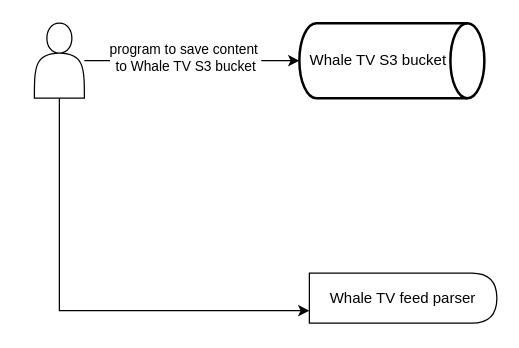
Before: update/content transfer.drawio in stevezhouht/baiduCDP, a draw.io diagram. Source tidied: cells renumbered, new cells numbered last; positions are measured from the earlier drawing's top-left corner, leaving out a move shared by most shapes. Both pictures are drawn from the tidied source at 125%, with x=0, y=0 at pixel (34, 22).
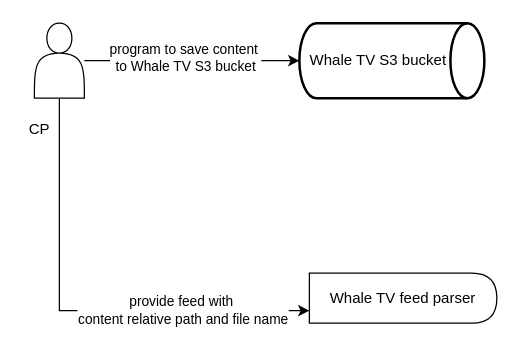
The same page after the edit.

Diff of the diagram source:
```diff
@@
 <mxGraphModel>
   <root>
     <mxCell id="0" />
     <mxCell id="1" parent="0" />
     <mxCell id="2" style="edgeStyle=orthogonalEdgeStyle;rounded=0;jettySize=auto;html=1;" parent="1" edge="1" source="5" target="6">
       <mxGeometry relative="1" as="geometry" />
     </mxCell>
     <mxCell id="3" value="program to save content&amp;nbsp;&lt;div&gt;to Whale TV S3 bucket&lt;/div&gt;" style="edgeLabel;html=1;align=center;verticalAlign=middle;" parent="2" vertex="1">
       <mxGeometry x="-0.07" relative="1" as="geometry">
         <mxPoint y="-3" as="offset" />
       </mxGeometry>
     </mxCell>
     <mxCell id="4" style="edgeStyle=orthogonalEdgeStyle;rounded=0;jettySize=auto;html=1;entryX=0;entryY=0.75;entryDx=0;entryDy=0;" parent="1" edge="1" source="5" target="7">
       <mxGeometry relative="1" as="geometry">
         <Array as="points">
           <mxPoint x="20" y="230" />
         </Array>
       </mxGeometry>
     </mxCell>
+    <mxCell id="8" value="provide feed with&amp;nbsp;&lt;div&gt;content relative path and file name&lt;/div&gt;" style="edgeLabel;html=1;align=center;verticalAlign=middle;" parent="4" vertex="1">
+      <mxGeometry x="0.45" y="1" relative="1" as="geometry" />
+    </mxCell>
     <mxCell id="5" style="shape=actor;whiteSpace=wrap;html=1;" parent="1" vertex="1">
       <mxGeometry width="40" height="60" as="geometry" />
     </mxCell>
     <mxCell id="6" value="&amp;nbsp; Whale TV S3 bucket" style="strokeWidth=2;html=1;shape=mxgraph.flowchart.direct_data;whiteSpace=wrap;align=left;" parent="1" vertex="1">
       <mxGeometry x="212" width="148" height="60" as="geometry" />
     </mxCell>
     <mxCell id="7" value="Whale TV feed parser" style="shape=delay;whiteSpace=wrap;html=1;" parent="1" vertex="1">
       <mxGeometry x="220" y="200" width="150" height="40" as="geometry" />
     </mxCell>
+    <mxCell id="9" value="CP" style="text;strokeColor=none;fillColor=none;align=left;verticalAlign=middle;spacingLeft=4;spacingRight=4;overflow=hidden;whiteSpace=wrap;html=1;" parent="1" vertex="1">
+      <mxGeometry x="-10" y="70" width="80" height="30" as="geometry" />
+    </mxCell>
   </root>
 </mxGraphModel>
```
